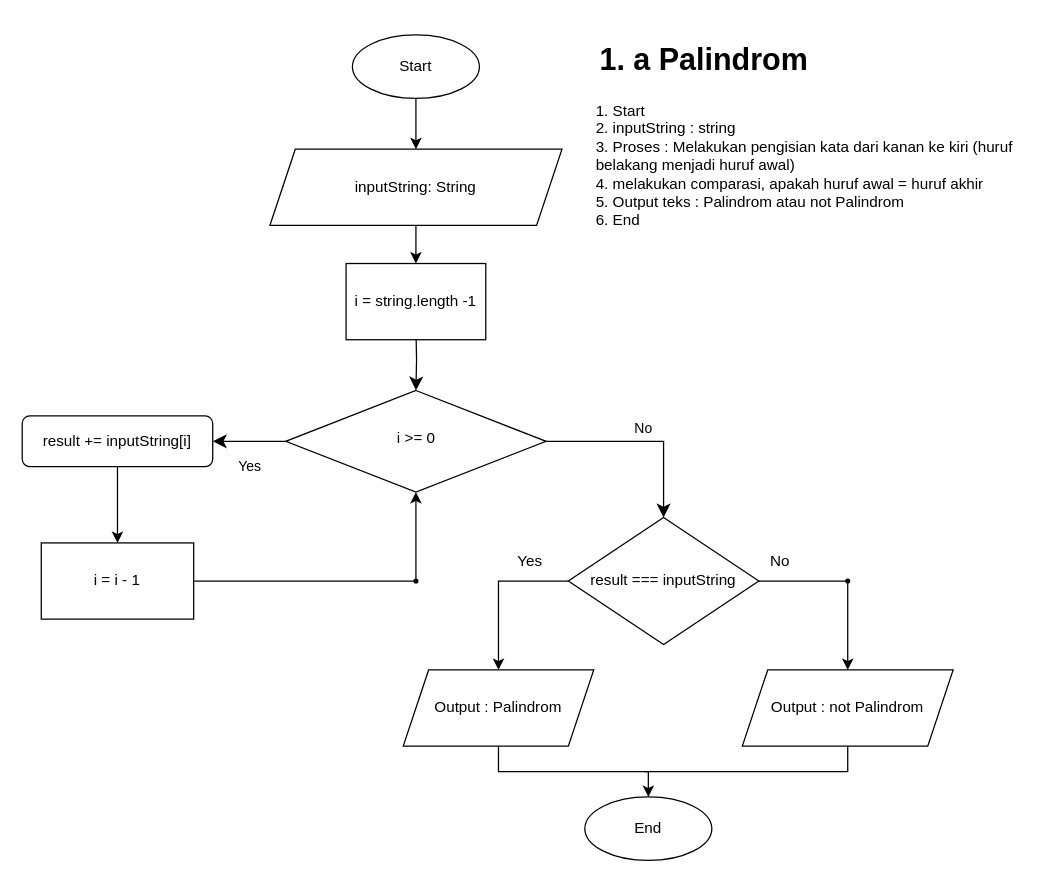
Earlier version of the draw.io diagram 1a Palindrom.drawio (PututN/fw12-javascript1). Source tidied: cells renumbered, new cells numbered last; positions are measured from the earlier drawing's top-left corner, leaving out a move shared by most shapes. Both pictures are drawn from the tidied source at 127%, with x=0, y=0 at pixel (22, 34).
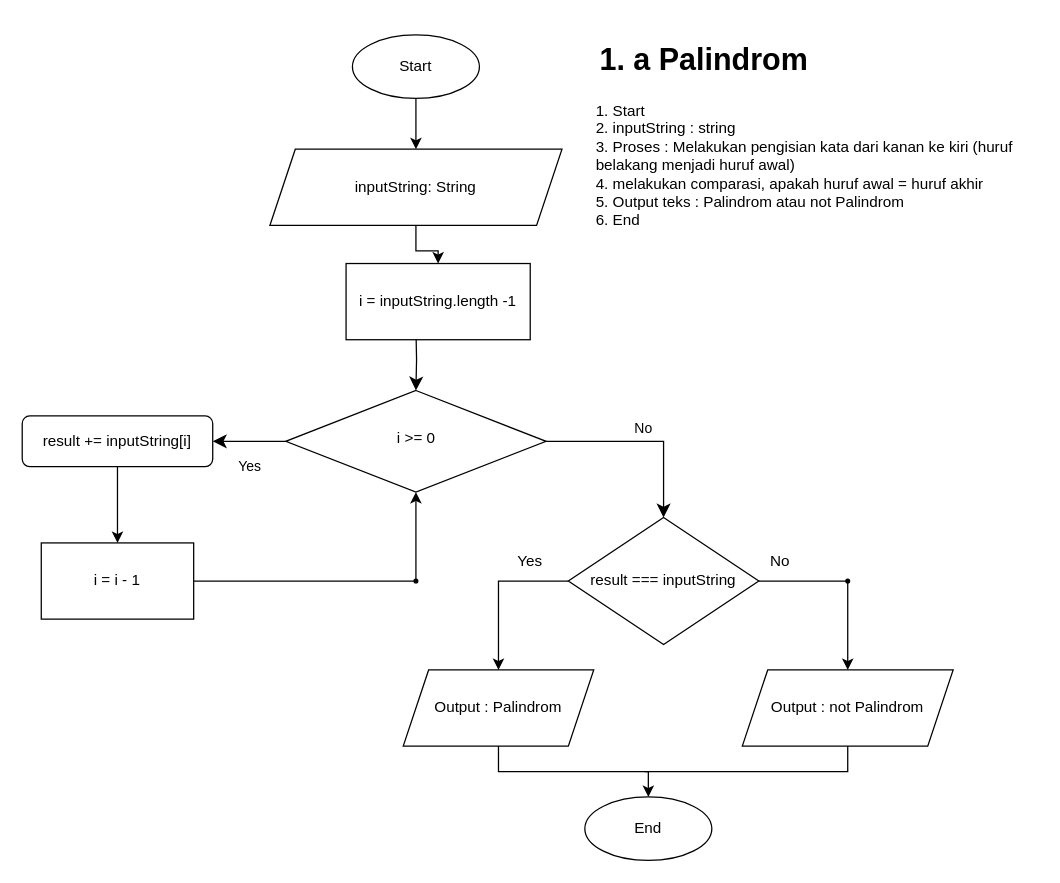
Above is the later version.

Diff of the diagram source:
```diff
@@
-    <mxCell id="10" value="i = string.length -1" style="rounded=0;whiteSpace=wrap;html=1;" parent="1" vertex="1">
-      <mxGeometry x="255" y="180" width="110" height="60" as="geometry" />
+    <mxCell id="10" value="i = inputString.length -1" style="rounded=0;whiteSpace=wrap;html=1;" parent="1" vertex="1">
+      <mxGeometry x="255" y="180" width="145" height="60" as="geometry" />
     </mxCell>
```
